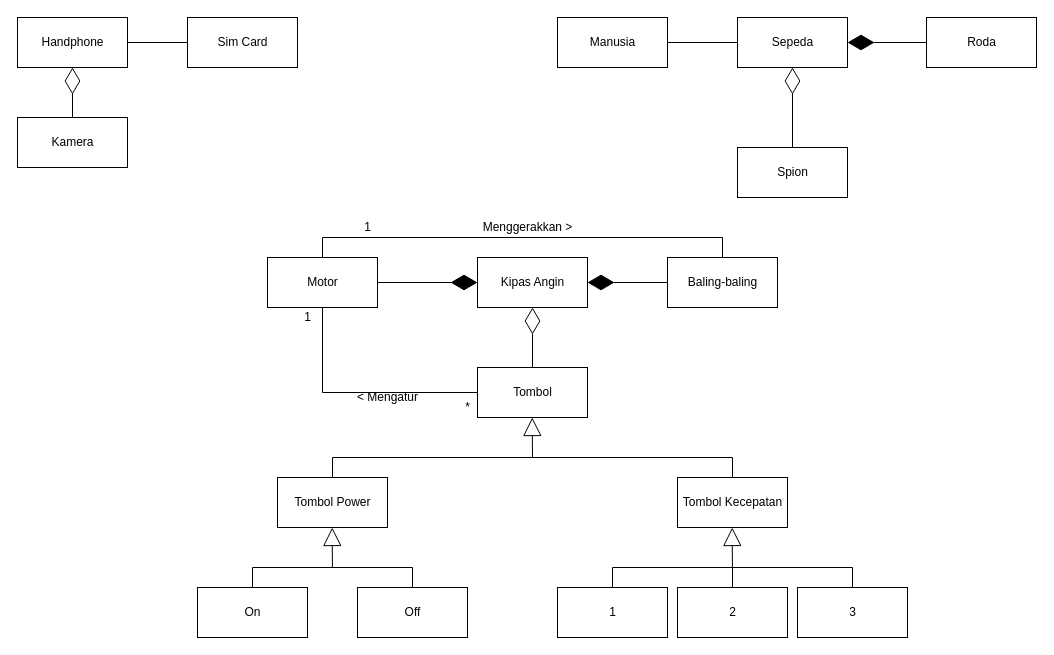
The draw.io diagram rpltugas4.drawio in ignatiusbarry69/draw.io, before the edit. Source tidied: cells renumbered, new cells numbered last; positions are measured from the earlier drawing's top-left corner, leaving out a move shared by most shapes. Both pictures are drawn from the tidied source at 100%, with x=0, y=0 at pixel (17, 17).
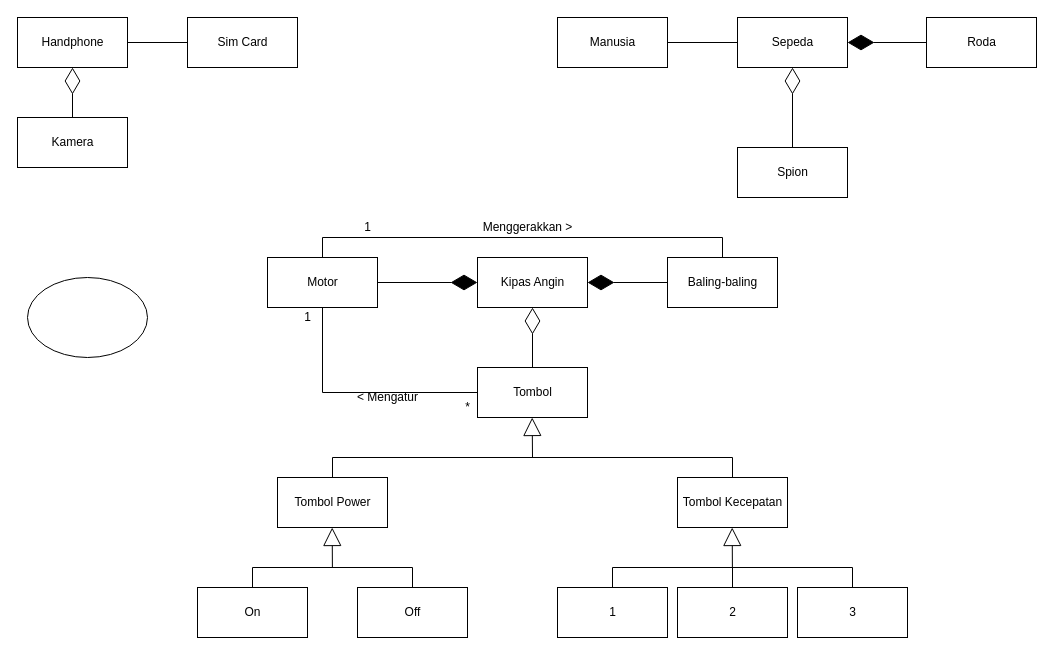
The same diagram, later.

What changed in the source:
```diff
@@
+    <mxCell id="42" style="ellipse;whiteSpace=wrap;html=1;" parent="1" vertex="1">
+      <mxGeometry x="10" y="260" width="120" height="80" as="geometry" />
+    </mxCell>
```
